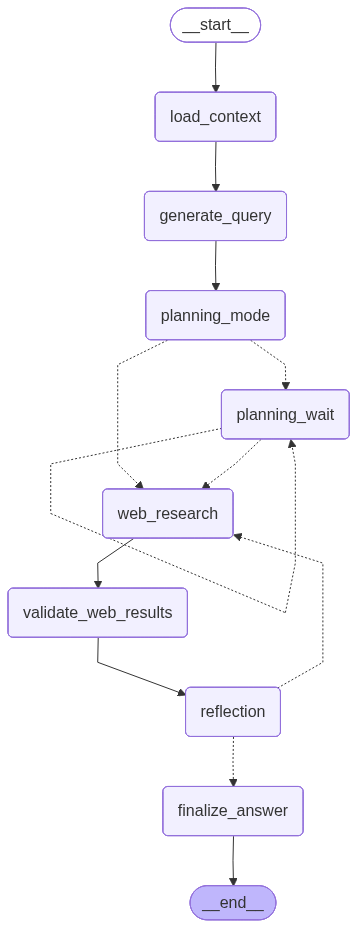
Before: proposed_improved_graph.png, a diagram exported from Mermaid (MasumRab/gemini-fullstack-langgraph-quickstart). Its source is kept beside it as proposed_improved_graph.mermaid.
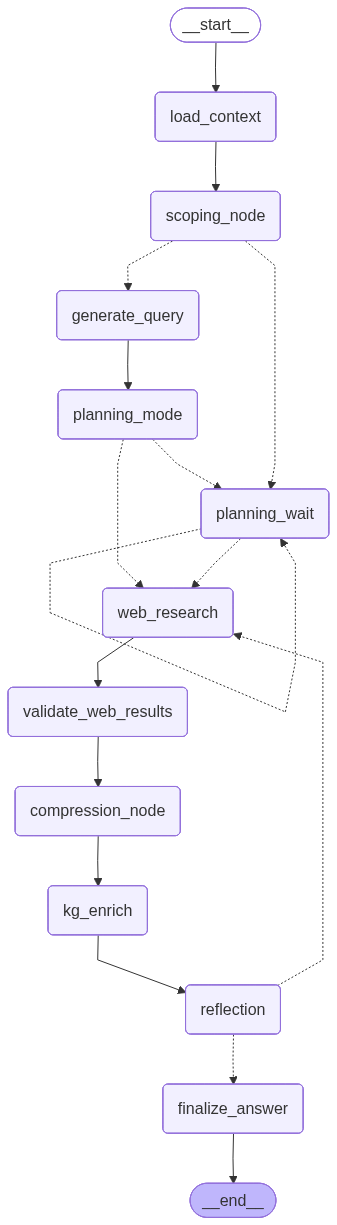
After the commit.

Change to the diagram source:
```diff
@@ -6,23 +6,30 @@
 graph TD;
 	__start__([<p>__start__</p>]):::first
 	load_context(load_context)
+	scoping_node(scoping_node)
 	generate_query(generate_query)
 	planning_mode(planning_mode)
 	planning_wait(planning_wait)
 	web_research(web_research)
 	validate_web_results(validate_web_results)
+	compression_node(compression_node)
+	kg_enrich(kg_enrich)
 	reflection(reflection)
 	finalize_answer(finalize_answer)
 	__end__([<p>__end__</p>]):::last
 	__start__ --> load_context;
+	compression_node --> kg_enrich;
 	generate_query --> planning_mode;
-	load_context --> generate_query;
+	kg_enrich --> reflection;
+	load_context --> scoping_node;
 	planning_mode -.-> planning_wait;
 	planning_mode -.-> web_research;
 	planning_wait -.-> web_research;
 	reflection -.-> finalize_answer;
 	reflection -.-> web_research;
-	validate_web_results --> reflection;
+	scoping_node -.-> generate_query;
+	scoping_node -.-> planning_wait;
+	validate_web_results --> compression_node;
 	web_research --> validate_web_results;
 	finalize_answer --> __end__;
 	planning_wait -.-> planning_wait;
```
